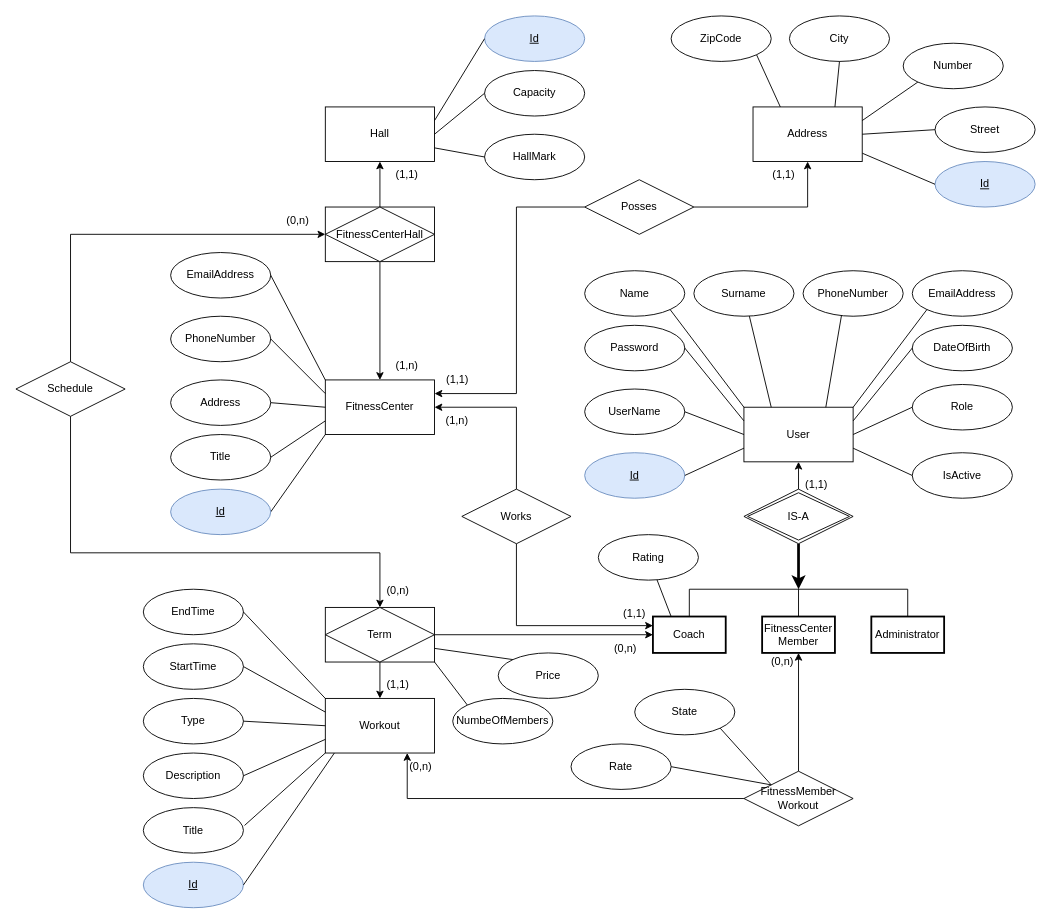
IlijaRa/FitnessCenter keeps this draw.io diagram as Diagrams/ERDiagram.drawio. Above is the earlier version. Source tidied: cells renumbered, new cells numbered last; positions are measured from the earlier drawing's top-left corner, leaving out a move shared by most shapes. Both pictures are drawn from the tidied source at 91%, with x=0, y=0 at pixel (15, 15).
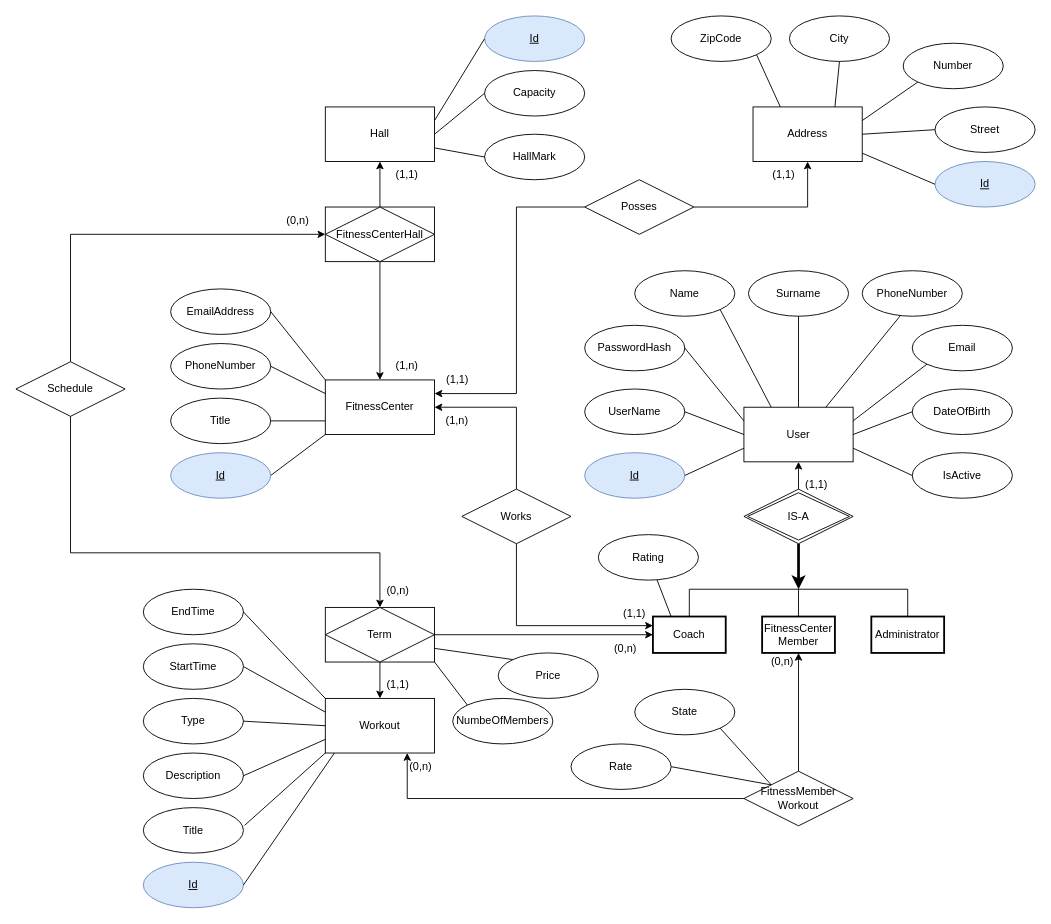
Above is the later version.

Commit message (it also covers changes not shown here):
added-redone-er-diagram-and-translation-to-rdm

Unchanged cells that the change refers to:
```xml
<mxCell id="3" value="User" style="rounded=0;whiteSpace=wrap;html=1;" parent="2" vertex="1">
  <mxGeometry x="100" width="120" height="60" as="geometry" />
</mxCell>
<mxCell id="46" value="FitnessCenter" style="rounded=0;whiteSpace=wrap;html=1;" parent="1" vertex="1">
  <mxGeometry x="340" y="400" width="120" height="60" as="geometry" />
</mxCell>
```

What changed in the source:
```diff
@@
     <mxCell id="17" value="Name" style="ellipse;whiteSpace=wrap;html=1;" parent="1" vertex="1">
-      <mxGeometry x="625" y="280" width="110" height="50" as="geometry" />
+      <mxGeometry x="680" y="280" width="110" height="50" as="geometry" />
     </mxCell>
     <mxCell id="18" value="Surname" style="ellipse;whiteSpace=wrap;html=1;" parent="1" vertex="1">
-      <mxGeometry x="745" y="280" width="110" height="50" as="geometry" />
+      <mxGeometry x="805" y="280" width="110" height="50" as="geometry" />
     </mxCell>
     <mxCell id="19" value="PhoneNumber" style="ellipse;whiteSpace=wrap;html=1;" parent="1" vertex="1">
-      <mxGeometry x="865" y="280" width="110" height="50" as="geometry" />
+      <mxGeometry x="930" y="280" width="110" height="50" as="geometry" />
     </mxCell>
-    <mxCell id="20" value="EmailAddress" style="ellipse;whiteSpace=wrap;html=1;" parent="1" vertex="1">
-      <mxGeometry x="985" y="280" width="110" height="50" as="geometry" />
+    <mxCell id="20" value="Email" style="ellipse;whiteSpace=wrap;html=1;" parent="1" vertex="1">
+      <mxGeometry x="985" y="340" width="110" height="50" as="geometry" />
     </mxCell>
-    <mxCell id="21" value="Role" style="ellipse;whiteSpace=wrap;html=1;" parent="1" vertex="1">
-      <mxGeometry x="985" y="405" width="110" height="50" as="geometry" />
-    </mxCell>
     <mxCell id="22" value="DateOfBirth" style="ellipse;whiteSpace=wrap;html=1;" parent="1" vertex="1">
-      <mxGeometry x="985" y="340" width="110" height="50" as="geometry" />
+      <mxGeometry x="985" y="410" width="110" height="50" as="geometry" />
     </mxCell>
@@
-    <mxCell id="24" style="endArrow=none;html=1;rounded=0;exitX=0;exitY=0;exitDx=0;exitDy=0;entryX=1;entryY=1;entryDx=0;entryDy=0;endFill=0;" parent="1" edge="1" source="3" target="17">
+    <mxCell id="24" style="endArrow=none;html=1;rounded=0;exitX=0.25;exitY=0;exitDx=0;exitDy=0;entryX=1;entryY=1;entryDx=0;entryDy=0;endFill=0;" parent="1" edge="1" source="3" target="17">
       <mxGeometry relative="1" as="geometry" />
     </mxCell>
-    <mxCell id="25" style="endArrow=none;html=1;rounded=0;exitX=0.25;exitY=0;exitDx=0;exitDy=0;endFill=0;" parent="1" edge="1" source="3" target="18">
+    <mxCell id="25" style="endArrow=none;html=1;rounded=0;exitX=0.5;exitY=0;exitDx=0;exitDy=0;endFill=0;" parent="1" edge="1" source="3" target="18">
       <mxGeometry relative="1" as="geometry" />
     </mxCell>
@@
-    <mxCell id="27" style="endArrow=none;html=1;rounded=0;exitX=1;exitY=0;exitDx=0;exitDy=0;entryX=0;entryY=1;entryDx=0;entryDy=0;endFill=0;" parent="1" edge="1" source="3" target="20">
+    <mxCell id="27" style="endArrow=none;html=1;rounded=0;exitX=1;exitY=0.25;exitDx=0;exitDy=0;entryX=0;entryY=1;entryDx=0;entryDy=0;endFill=0;" parent="1" edge="1" source="3" target="20">
       <mxGeometry relative="1" as="geometry" />
     </mxCell>
-    <mxCell id="28" style="endArrow=none;html=1;rounded=0;exitX=1;exitY=0.25;exitDx=0;exitDy=0;entryX=0;entryY=0.5;entryDx=0;entryDy=0;endFill=0;" parent="1" edge="1" source="3" target="22">
+    <mxCell id="28" style="endArrow=none;html=1;rounded=0;exitX=1;exitY=0.5;exitDx=0;exitDy=0;entryX=0;entryY=0.5;entryDx=0;entryDy=0;endFill=0;" parent="1" edge="1" source="3" target="22">
       <mxGeometry relative="1" as="geometry" />
     </mxCell>
-    <mxCell id="29" style="endArrow=none;html=1;rounded=0;exitX=1;exitY=0.5;exitDx=0;exitDy=0;entryX=0;entryY=0.5;entryDx=0;entryDy=0;endFill=0;" parent="1" edge="1" source="3" target="21">
-      <mxGeometry relative="1" as="geometry" />
-    </mxCell>
@@
     <mxCell id="47" value="PhoneNumber" style="ellipse;whiteSpace=wrap;html=1;" parent="1" vertex="1">
-      <mxGeometry x="170" y="330" width="110" height="50" as="geometry" />
+      <mxGeometry x="170" y="360" width="110" height="50" as="geometry" />
     </mxCell>
     <mxCell id="48" value="EmailAddress" style="ellipse;whiteSpace=wrap;html=1;" parent="1" vertex="1">
-      <mxGeometry x="170" y="260" width="110" height="50" as="geometry" />
+      <mxGeometry x="170" y="300" width="110" height="50" as="geometry" />
     </mxCell>
-    <mxCell id="49" value="Address" style="ellipse;whiteSpace=wrap;html=1;" parent="1" vertex="1">
-      <mxGeometry x="170" y="400" width="110" height="50" as="geometry" />
-    </mxCell>
     <mxCell id="50" value="Title" style="ellipse;whiteSpace=wrap;html=1;" parent="1" vertex="1">
-      <mxGeometry x="170" y="460" width="110" height="50" as="geometry" />
+      <mxGeometry x="170" y="420" width="110" height="50" as="geometry" />
     </mxCell>
@@
     <mxCell id="67" value="&lt;u style=&quot;&quot;&gt;Id&lt;/u&gt;" style="ellipse;whiteSpace=wrap;html=1;fillColor=#dae8fc;strokeColor=#6c8ebf;" parent="1" vertex="1">
-      <mxGeometry x="170" y="520" width="110" height="50" as="geometry" />
+      <mxGeometry x="170" y="480" width="110" height="50" as="geometry" />
     </mxCell>
@@
-    <mxCell id="70" style="endArrow=none;html=1;rounded=0;exitX=0;exitY=0.5;exitDx=0;exitDy=0;entryX=1;entryY=0.5;entryDx=0;entryDy=0;" parent="1" edge="1" source="46" target="49">
-      <mxGeometry relative="1" as="geometry" />
-    </mxCell>
@@
-    <mxCell id="93" value="Password" style="ellipse;whiteSpace=wrap;html=1;" parent="1" vertex="1">
+    <mxCell id="93" value="PasswordHash" style="ellipse;whiteSpace=wrap;html=1;" parent="1" vertex="1">
       <mxGeometry x="625" y="340" width="110" height="50" as="geometry" />
     </mxCell>
```
